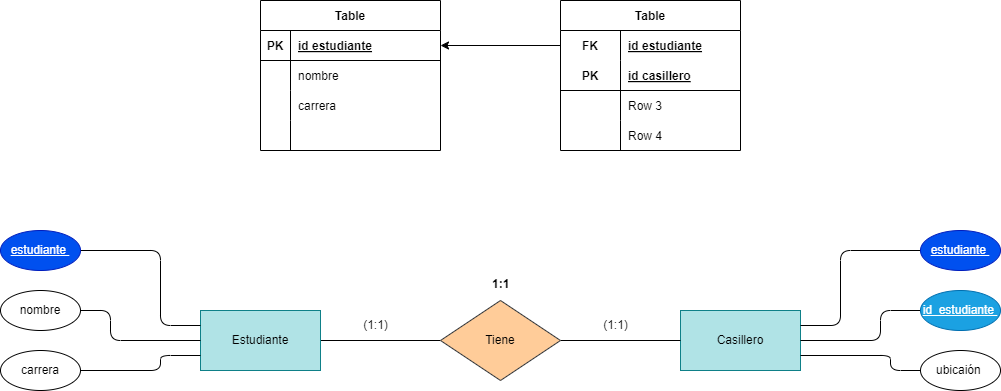
Earlier version of the draw.io export Tareas/Unidad2/ejercicio2.1.drawio.png (WhiteCascade/BAE). Source tidied: cells renumbered, new cells last; positions are measured from the earlier drawing's top-left corner, leaving out a move shared by most shapes.
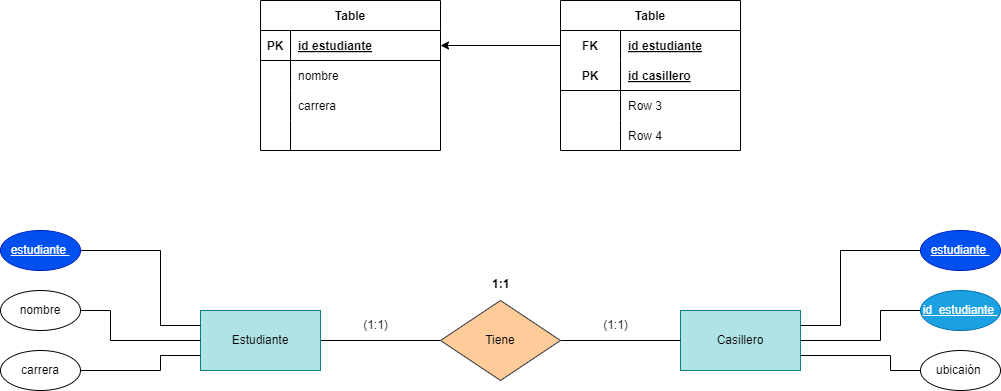
Later version of the same file.

What changed in the source:
```diff
@@ -98,7 +98,7 @@
     <mxCell id="33" value="Tiene" style="rhombus;whiteSpace=wrap;html=1;fillColor=#ffcc99;strokeColor=#36393d;" parent="1" vertex="1">
       <mxGeometry x="440" y="300" width="120" height="80" as="geometry" />
     </mxCell>
-    <mxCell id="34" style="edgeStyle=none;html=1;entryX=0;entryY=0.25;entryDx=0;entryDy=0;strokeWidth=1;endArrow=none;endFill=0;" parent="1" edge="1" source="35" target="30">
+    <mxCell id="34" style="edgeStyle=none;html=1;entryX=0;entryY=0.25;entryDx=0;entryDy=0;strokeWidth=1;endArrow=none;endFill=0;rounded=0;" parent="1" edge="1" source="35" target="30">
       <mxGeometry relative="1" as="geometry">
         <Array as="points">
           <mxPoint x="160" y="250" />
@@ -109,7 +109,7 @@
     <mxCell id="35" value="&lt;u&gt;estudiante&amp;nbsp;&lt;/u&gt;" style="ellipse;whiteSpace=wrap;html=1;fillColor=#0050ef;fontColor=#ffffff;strokeColor=#001DBC;" parent="1" vertex="1">
       <mxGeometry y="230" width="80" height="40" as="geometry" />
     </mxCell>
-    <mxCell id="36" style="edgeStyle=none;html=1;entryX=0;entryY=0.5;entryDx=0;entryDy=0;strokeWidth=1;endArrow=none;endFill=0;" parent="1" edge="1" source="37" target="30">
+    <mxCell id="36" style="edgeStyle=none;html=1;entryX=0;entryY=0.5;entryDx=0;entryDy=0;strokeWidth=1;endArrow=none;endFill=0;rounded=0;" parent="1" edge="1" source="37" target="30">
       <mxGeometry relative="1" as="geometry">
         <Array as="points">
           <mxPoint x="110" y="310" />
@@ -120,7 +120,7 @@
     <mxCell id="37" value="nombre" style="ellipse;whiteSpace=wrap;html=1;" parent="1" vertex="1">
       <mxGeometry y="290" width="80" height="40" as="geometry" />
     </mxCell>
-    <mxCell id="38" style="edgeStyle=none;html=1;entryX=0;entryY=0.75;entryDx=0;entryDy=0;strokeWidth=1;endArrow=none;endFill=0;" parent="1" edge="1" source="39" target="30">
+    <mxCell id="38" style="edgeStyle=none;html=1;entryX=0;entryY=0.75;entryDx=0;entryDy=0;strokeWidth=1;endArrow=none;endFill=0;rounded=0;" parent="1" edge="1" source="39" target="30">
       <mxGeometry relative="1" as="geometry">
         <Array as="points">
           <mxPoint x="160" y="370" />
@@ -131,7 +131,7 @@
     <mxCell id="39" value="carrera" style="ellipse;whiteSpace=wrap;html=1;" parent="1" vertex="1">
       <mxGeometry y="350" width="80" height="40" as="geometry" />
     </mxCell>
-    <mxCell id="40" style="edgeStyle=none;html=1;entryX=1;entryY=0.25;entryDx=0;entryDy=0;strokeWidth=1;endArrow=none;endFill=0;" parent="1" edge="1" source="41" target="31">
+    <mxCell id="40" style="edgeStyle=none;html=1;entryX=1;entryY=0.25;entryDx=0;entryDy=0;strokeWidth=1;endArrow=none;endFill=0;rounded=0;" parent="1" edge="1" source="41" target="31">
       <mxGeometry relative="1" as="geometry">
         <Array as="points">
           <mxPoint x="840" y="250" />
@@ -142,7 +142,7 @@
     <mxCell id="41" value="&lt;u&gt;estudiante&amp;nbsp;&lt;/u&gt;" style="ellipse;whiteSpace=wrap;html=1;fillColor=#0050ef;fontColor=#ffffff;strokeColor=#001DBC;" parent="1" vertex="1">
       <mxGeometry x="920" y="230" width="80" height="40" as="geometry" />
     </mxCell>
-    <mxCell id="42" style="edgeStyle=none;html=1;entryX=1;entryY=0.75;entryDx=0;entryDy=0;strokeWidth=1;endArrow=none;endFill=0;" parent="1" edge="1" source="43" target="31">
+    <mxCell id="42" style="edgeStyle=none;html=1;entryX=1;entryY=0.75;entryDx=0;entryDy=0;strokeWidth=1;endArrow=none;endFill=0;rounded=0;" parent="1" edge="1" source="43" target="31">
       <mxGeometry relative="1" as="geometry">
         <Array as="points">
           <mxPoint x="890" y="370" />
@@ -153,7 +153,7 @@
     <mxCell id="43" value="ubicaión&amp;nbsp;" style="ellipse;whiteSpace=wrap;html=1;" parent="1" vertex="1">
       <mxGeometry x="920" y="350" width="80" height="40" as="geometry" />
     </mxCell>
-    <mxCell id="44" style="edgeStyle=none;html=1;entryX=1;entryY=0.5;entryDx=0;entryDy=0;strokeWidth=1;endArrow=none;endFill=0;" parent="1" edge="1" source="45" target="31">
+    <mxCell id="44" style="edgeStyle=none;html=1;entryX=1;entryY=0.5;entryDx=0;entryDy=0;strokeWidth=1;endArrow=none;endFill=0;rounded=0;" parent="1" edge="1" source="45" target="31">
       <mxGeometry relative="1" as="geometry">
         <Array as="points">
           <mxPoint x="880" y="310" />
```
